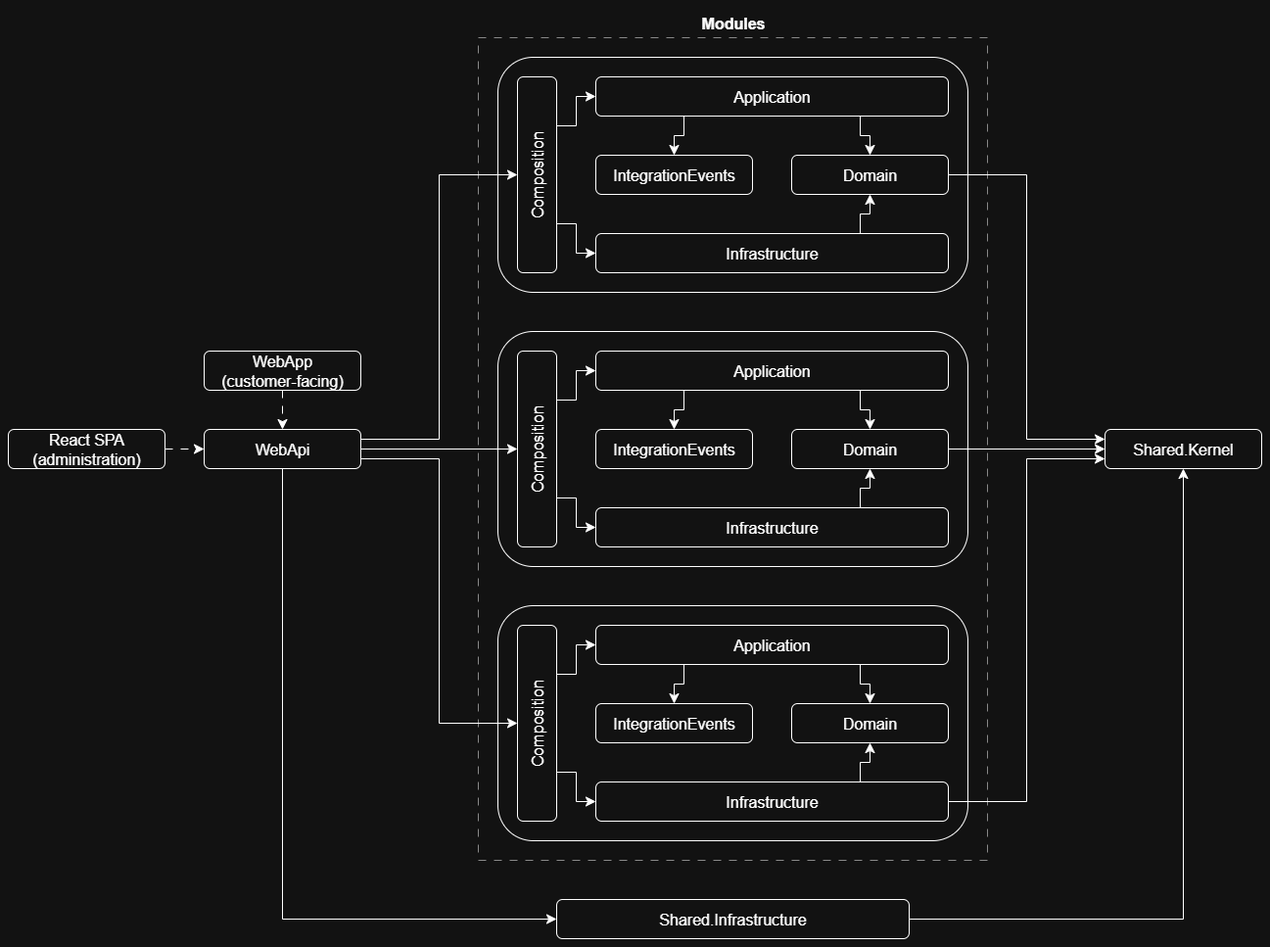
Earlier version of the draw.io export media/images/project-structure-overview.png (maqnitude/DepresStore). Source tidied: cells renumbered, new cells last; positions are measured from the earlier drawing's top-left corner, leaving out a move shared by most shapes.
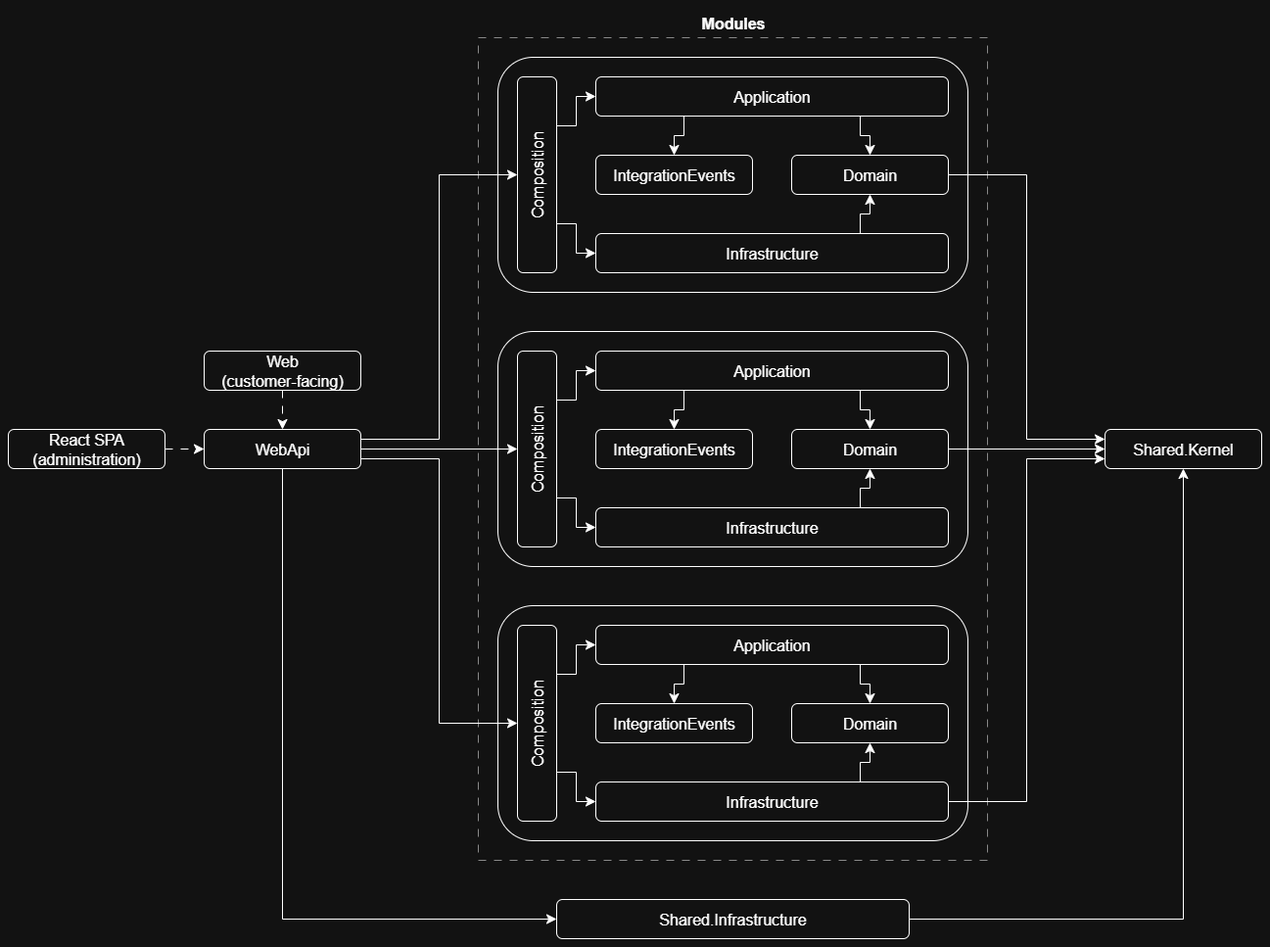
After the commit.

The edit, as a diff of the source:
```diff
@@ -56,7 +56,7 @@
     <mxCell id="19" style="edgeStyle=orthogonalEdgeStyle;rounded=0;jettySize=auto;html=1;exitX=0.5;exitY=1;exitDx=0;exitDy=0;entryX=0.5;entryY=0;entryDx=0;entryDy=0;dashed=1;fontSize=16;endSize=8;startSize=8;dashPattern=8 8;" parent="1" edge="1" source="20" target="15">
       <mxGeometry relative="1" as="geometry" />
     </mxCell>
-    <mxCell id="20" value="WebApp&lt;div&gt;(customer-facing)&lt;/div&gt;" style="rounded=1;whiteSpace=wrap;html=1;fontSize=16;" parent="1" vertex="1">
+    <mxCell id="20" value="Web&lt;div&gt;(customer-facing)&lt;/div&gt;" style="rounded=1;whiteSpace=wrap;html=1;fontSize=16;" parent="1" vertex="1">
       <mxGeometry x="200" y="350" width="160" height="40" as="geometry" />
     </mxCell>
     <mxCell id="21" style="edgeStyle=orthogonalEdgeStyle;rounded=0;jettySize=auto;html=1;exitX=1;exitY=0.5;exitDx=0;exitDy=0;entryX=0;entryY=0.5;entryDx=0;entryDy=0;dashed=1;fontSize=16;endSize=8;startSize=8;dashPattern=8 8;" parent="1" edge="1" source="22" target="15">
```
